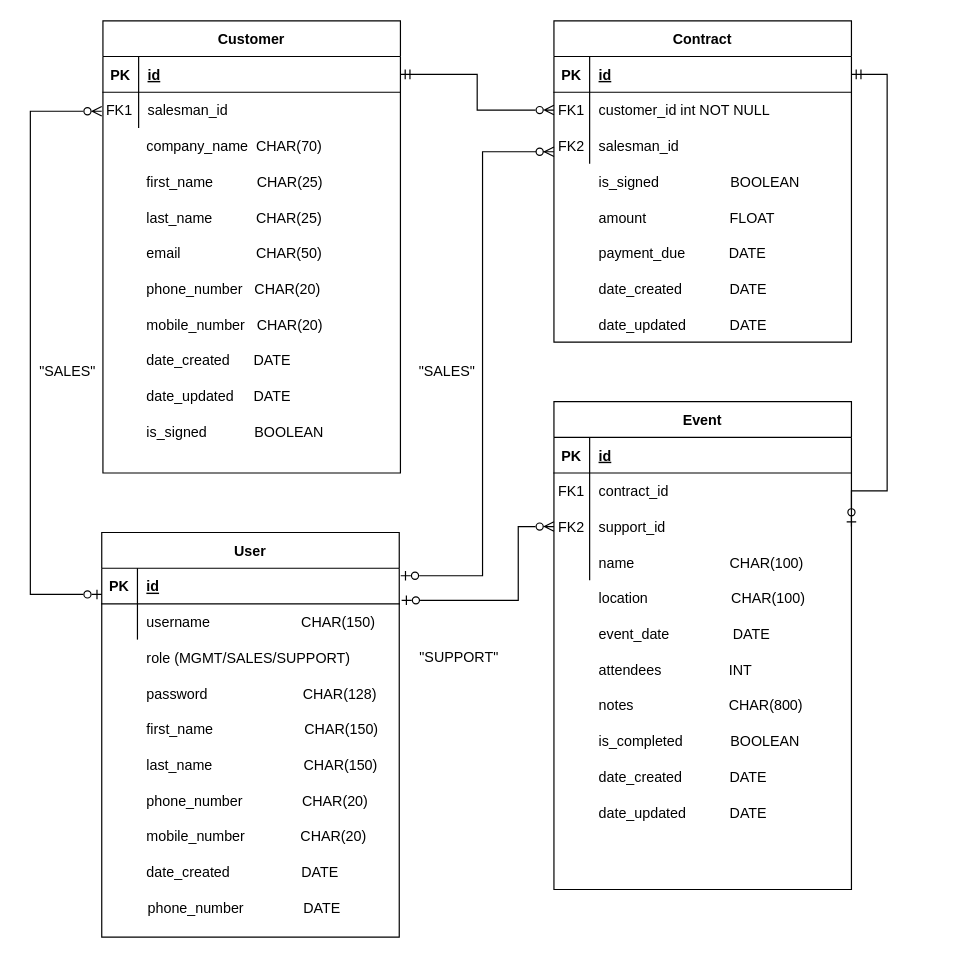
Before: ERD.drawio in jsoques1/Epic_events, a draw.io diagram. Source tidied: cells renumbered, new cells numbered last; positions are measured from the earlier drawing's top-left corner, leaving out a move shared by most shapes. Both pictures are drawn from the tidied source at 119%, with x=0, y=0 at pixel (25, 20).
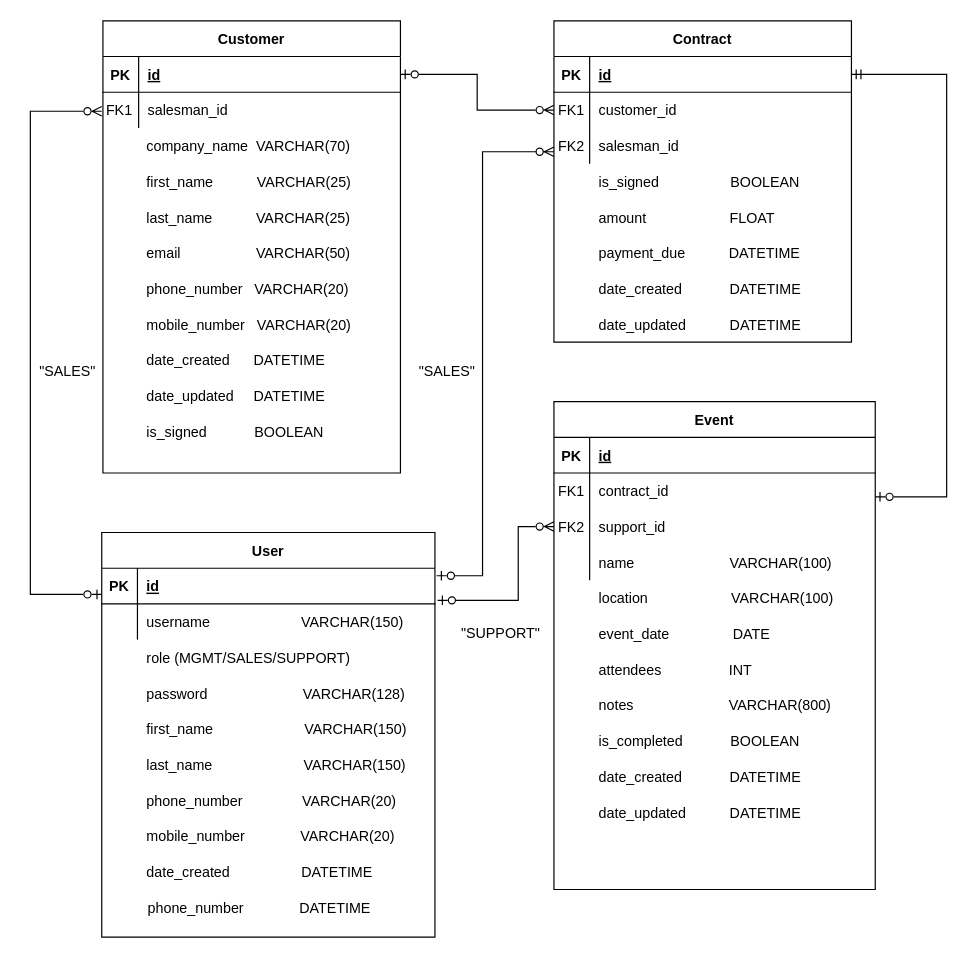
The same diagram, later.

Commit message (it also covers changes not shown here):
update of ERD, README.md add logger.error in CRM

Unchanged cells that the change refers to:
```xml
<mxCell id="3" style="shape=partialRectangle;fillColor=none;points=[[0,0.5],[1,0.5]];portConstraint=eastwest;top=0;left=0;right=0;bottom=1;" parent="2" vertex="1">
  <mxGeometry y="30" width="250" height="30" as="geometry" />
</mxCell>
<mxCell id="6" style="shape=partialRectangle;fillColor=none;points=[[0,0.5],[1,0.5]];portConstraint=eastwest;top=0;left=0;right=0;bottom=0;" parent="2" vertex="1">
  <mxGeometry y="60" width="250" height="30" as="geometry" />
</mxCell>
<mxCell id="26" style="shape=partialRectangle;fillColor=none;points=[[0,0.5],[1,0.5]];portConstraint=eastwest;top=0;left=0;right=0;bottom=1;" parent="25" vertex="1">
  <mxGeometry y="30" width="250" height="30" as="geometry" />
</mxCell>
```

Change to the diagram source:
```diff
@@
-    <mxCell id="8" value="customer_id int NOT NULL" style="shape=partialRectangle;overflow=hidden;fillColor=none;top=0;left=0;bottom=0;right=0;align=left;spacingLeft=6;" parent="6" vertex="1">
+    <mxCell id="8" value="customer_id" style="shape=partialRectangle;overflow=hidden;fillColor=none;top=0;left=0;bottom=0;right=0;align=left;spacingLeft=6;" parent="6" vertex="1">
       <mxGeometry x="30" width="220" height="30" as="geometry" />
     </mxCell>
@@
     <mxCell id="12" value="Event" style="shape=table;startSize=30;childLayout=tableLayout;rowLines=0;fontStyle=1;align=center;" parent="1" vertex="1">
-      <mxGeometry x="444" y="320" width="250" height="410" as="geometry" />
+      <mxGeometry x="444" y="320" width="270" height="410" as="geometry" />
     </mxCell>
     <mxCell id="13" style="shape=partialRectangle;fillColor=none;top=0;left=0;right=0;bottom=1;" parent="12" vertex="1">
-      <mxGeometry y="30" width="250" height="30" as="geometry" />
+      <mxGeometry y="30" width="270" height="30" as="geometry" />
     </mxCell>
@@
     <mxCell id="15" value="id" style="shape=partialRectangle;overflow=hidden;fillColor=none;top=0;left=0;bottom=0;right=0;align=left;spacingLeft=6;fontStyle=5;" parent="13" vertex="1">
-      <mxGeometry x="30" width="220" height="30" as="geometry" />
+      <mxGeometry x="30" width="240" height="30" as="geometry" />
     </mxCell>
     <mxCell id="16" style="shape=partialRectangle;fillColor=none;top=0;left=0;right=0;bottom=0;" parent="12" vertex="1">
-      <mxGeometry y="60" width="250" height="30" as="geometry" />
+      <mxGeometry y="60" width="270" height="30" as="geometry" />
     </mxCell>
@@
     <mxCell id="18" value="contract_id" style="shape=partialRectangle;overflow=hidden;fillColor=none;top=0;left=0;bottom=0;right=0;align=left;spacingLeft=6;" parent="16" vertex="1">
-      <mxGeometry x="30" width="220" height="30" as="geometry" />
+      <mxGeometry x="30" width="240" height="30" as="geometry" />
     </mxCell>
     <mxCell id="19" style="shape=partialRectangle;fillColor=none;points=[[0,0.5],[1,0.5]];portConstraint=eastwest;top=0;left=0;right=0;bottom=0;" parent="12" vertex="1">
-      <mxGeometry y="90" width="250" height="30" as="geometry" />
+      <mxGeometry y="90" width="270" height="30" as="geometry" />
     </mxCell>
@@
     <mxCell id="21" value="support_id" style="shape=partialRectangle;overflow=hidden;fillColor=none;top=0;left=0;bottom=0;right=0;align=left;spacingLeft=6;" parent="19" vertex="1">
-      <mxGeometry x="30" width="220" height="30" as="geometry" />
+      <mxGeometry x="30" width="240" height="30" as="geometry" />
     </mxCell>
     <mxCell id="22" style="shape=partialRectangle;fillColor=none;top=0;left=0;right=0;bottom=0;" parent="12" vertex="1">
-      <mxGeometry y="120" width="250" height="30" as="geometry" />
+      <mxGeometry y="120" width="270" height="30" as="geometry" />
     </mxCell>
@@
-    <mxCell id="24" value="name                        CHAR(100)" style="shape=partialRectangle;overflow=hidden;fillColor=none;top=0;left=0;bottom=0;right=0;align=left;spacingLeft=6;" parent="22" vertex="1">
-      <mxGeometry x="30" width="220" height="30" as="geometry" />
+    <mxCell id="24" value="name                        VARCHAR(100)" style="shape=partialRectangle;overflow=hidden;fillColor=none;top=0;left=0;bottom=0;right=0;align=left;spacingLeft=6;" parent="22" vertex="1">
+      <mxGeometry x="30" width="240" height="30" as="geometry" />
     </mxCell>
@@
-    <mxCell id="33" value="company_name  CHAR(70)" style="shape=partialRectangle;overflow=hidden;fillColor=none;top=0;left=0;bottom=0;right=0;align=left;spacingLeft=6;" parent="1" vertex="1">
+    <mxCell id="33" value="company_name  VARCHAR(70)" style="shape=partialRectangle;overflow=hidden;fillColor=none;top=0;left=0;bottom=0;right=0;align=left;spacingLeft=6;" parent="1" vertex="1">
       <mxGeometry x="94" y="90" width="220" height="30" as="geometry" />
     </mxCell>
-    <mxCell id="34" value="first_name           CHAR(25)" style="shape=partialRectangle;overflow=hidden;fillColor=none;top=0;left=0;bottom=0;right=0;align=left;spacingLeft=6;" parent="1" vertex="1">
+    <mxCell id="34" value="first_name           VARCHAR(25)" style="shape=partialRectangle;overflow=hidden;fillColor=none;top=0;left=0;bottom=0;right=0;align=left;spacingLeft=6;" parent="1" vertex="1">
       <mxGeometry x="94" y="120" width="220" height="30" as="geometry" />
     </mxCell>
-    <mxCell id="35" value="last_name           CHAR(25)" style="shape=partialRectangle;overflow=hidden;fillColor=none;top=0;left=0;bottom=0;right=0;align=left;spacingLeft=6;" parent="1" vertex="1">
+    <mxCell id="35" value="last_name           VARCHAR(25)" style="shape=partialRectangle;overflow=hidden;fillColor=none;top=0;left=0;bottom=0;right=0;align=left;spacingLeft=6;" parent="1" vertex="1">
       <mxGeometry x="94" y="150" width="220" height="30" as="geometry" />
     </mxCell>
-    <mxCell id="36" value="email                   CHAR(50)" style="shape=partialRectangle;overflow=hidden;fillColor=none;top=0;left=0;bottom=0;right=0;align=left;spacingLeft=6;" parent="1" vertex="1">
+    <mxCell id="36" value="email                   VARCHAR(50)" style="shape=partialRectangle;overflow=hidden;fillColor=none;top=0;left=0;bottom=0;right=0;align=left;spacingLeft=6;" parent="1" vertex="1">
       <mxGeometry x="94" y="180" width="220" height="30" as="geometry" />
     </mxCell>
-    <mxCell id="37" value="phone_number   CHAR(20)" style="shape=partialRectangle;overflow=hidden;fillColor=none;top=0;left=0;bottom=0;right=0;align=left;spacingLeft=6;" parent="1" vertex="1">
+    <mxCell id="37" value="phone_number   VARCHAR(20)" style="shape=partialRectangle;overflow=hidden;fillColor=none;top=0;left=0;bottom=0;right=0;align=left;spacingLeft=6;" parent="1" vertex="1">
       <mxGeometry x="94" y="210" width="220" height="30" as="geometry" />
     </mxCell>
-    <mxCell id="38" value="mobile_number   CHAR(20)" style="shape=partialRectangle;overflow=hidden;fillColor=none;top=0;left=0;bottom=0;right=0;align=left;spacingLeft=6;" parent="1" vertex="1">
+    <mxCell id="38" value="mobile_number   VARCHAR(20)" style="shape=partialRectangle;overflow=hidden;fillColor=none;top=0;left=0;bottom=0;right=0;align=left;spacingLeft=6;" parent="1" vertex="1">
       <mxGeometry x="94" y="240" width="220" height="30" as="geometry" />
     </mxCell>
-    <mxCell id="39" value="date_created      DATE" style="shape=partialRectangle;overflow=hidden;fillColor=none;top=0;left=0;bottom=0;right=0;align=left;spacingLeft=6;" parent="1" vertex="1">
+    <mxCell id="39" value="date_created      DATETIME" style="shape=partialRectangle;overflow=hidden;fillColor=none;top=0;left=0;bottom=0;right=0;align=left;spacingLeft=6;" parent="1" vertex="1">
       <mxGeometry x="94" y="270" width="220" height="30" as="geometry" />
     </mxCell>
-    <mxCell id="40" value="date_updated     DATE" style="shape=partialRectangle;overflow=hidden;fillColor=none;top=0;left=0;bottom=0;right=0;align=left;spacingLeft=6;" parent="1" vertex="1">
+    <mxCell id="40" value="date_updated     DATETIME" style="shape=partialRectangle;overflow=hidden;fillColor=none;top=0;left=0;bottom=0;right=0;align=left;spacingLeft=6;" parent="1" vertex="1">
       <mxGeometry x="94" y="300" width="220" height="30" as="geometry" />
     </mxCell>
@@
-    <mxCell id="44" value="payment_due           DATE" style="shape=partialRectangle;overflow=hidden;fillColor=none;top=0;left=0;bottom=0;right=0;align=left;spacingLeft=6;" parent="1" vertex="1">
+    <mxCell id="44" value="payment_due           DATETIME" style="shape=partialRectangle;overflow=hidden;fillColor=none;top=0;left=0;bottom=0;right=0;align=left;spacingLeft=6;" parent="1" vertex="1">
       <mxGeometry x="474" y="180" width="220" height="30" as="geometry" />
     </mxCell>
-    <mxCell id="45" value="date_created            DATE" style="shape=partialRectangle;overflow=hidden;fillColor=none;top=0;left=0;bottom=0;right=0;align=left;spacingLeft=6;" parent="1" vertex="1">
+    <mxCell id="45" value="date_created            DATETIME" style="shape=partialRectangle;overflow=hidden;fillColor=none;top=0;left=0;bottom=0;right=0;align=left;spacingLeft=6;" parent="1" vertex="1">
       <mxGeometry x="474" y="210" width="220" height="30" as="geometry" />
     </mxCell>
-    <mxCell id="46" value="location                     CHAR(100)" style="shape=partialRectangle;overflow=hidden;fillColor=none;top=0;left=0;bottom=0;right=0;align=left;spacingLeft=6;" parent="1" vertex="1">
+    <mxCell id="46" value="location                     VARCHAR(100)" style="shape=partialRectangle;overflow=hidden;fillColor=none;top=0;left=0;bottom=0;right=0;align=left;spacingLeft=6;" parent="1" vertex="1">
       <mxGeometry x="474" y="470" width="220" height="30" as="geometry" />
     </mxCell>
@@
-    <mxCell id="49" value="notes                        CHAR(800)" style="shape=partialRectangle;overflow=hidden;fillColor=none;top=0;left=0;bottom=0;right=0;align=left;spacingLeft=6;" parent="1" vertex="1">
+    <mxCell id="49" value="notes                        VARCHAR(800)" style="shape=partialRectangle;overflow=hidden;fillColor=none;top=0;left=0;bottom=0;right=0;align=left;spacingLeft=6;" parent="1" vertex="1">
       <mxGeometry x="474" y="560" width="220" height="30" as="geometry" />
     </mxCell>
@@
-    <mxCell id="51" value="date_created            DATE    " style="shape=partialRectangle;overflow=hidden;fillColor=none;top=0;left=0;bottom=0;right=0;align=left;spacingLeft=6;" parent="1" vertex="1">
+    <mxCell id="51" value="date_created            DATETIME    " style="shape=partialRectangle;overflow=hidden;fillColor=none;top=0;left=0;bottom=0;right=0;align=left;spacingLeft=6;" parent="1" vertex="1">
       <mxGeometry x="474" y="620" width="220" height="30" as="geometry" />
     </mxCell>
-    <mxCell id="52" value="date_updated           DATE" style="shape=partialRectangle;overflow=hidden;fillColor=none;top=0;left=0;bottom=0;right=0;align=left;spacingLeft=6;" parent="1" vertex="1">
+    <mxCell id="52" value="date_updated           DATETIME" style="shape=partialRectangle;overflow=hidden;fillColor=none;top=0;left=0;bottom=0;right=0;align=left;spacingLeft=6;" parent="1" vertex="1">
       <mxGeometry x="474" y="240" width="220" height="30" as="geometry" />
     </mxCell>
@@
-    <mxCell id="54" style="edgeStyle=orthogonalEdgeStyle;rounded=0;jettySize=auto;html=1;exitX=1;exitY=0.5;exitDx=0;exitDy=0;startArrow=ERmandOne;startFill=0;entryX=1;entryY=0.5;entryDx=0;entryDy=0;endArrow=ERzeroToOne;endFill=0;" parent="1" edge="1" source="3" target="19">
+    <mxCell id="54" style="edgeStyle=orthogonalEdgeStyle;rounded=0;jettySize=auto;html=1;exitX=1;exitY=0.5;exitDx=0;exitDy=0;startArrow=ERmandOne;startFill=0;endArrow=ERzeroToOne;endFill=0;" parent="1" edge="1" source="3">
       <mxGeometry relative="1" as="geometry">
+        <mxPoint x="714" y="400" as="targetPoint" />
         <Array as="points">
-          <mxPoint x="724" y="45" />
-          <mxPoint x="724" y="395" />
+          <mxPoint x="774" y="45" />
+          <mxPoint x="774" y="400" />
+          <mxPoint x="714" y="400" />
         </Array>
       </mxGeometry>
     </mxCell>
-    <mxCell id="55" style="edgeStyle=orthogonalEdgeStyle;rounded=0;jettySize=auto;html=1;exitX=1;exitY=0.5;exitDx=0;exitDy=0;entryX=0;entryY=0.5;entryDx=0;entryDy=0;startArrow=ERmandOne;startFill=0;endArrow=ERzeroToMany;endFill=0;" parent="1" edge="1" source="26" target="6">
+    <mxCell id="55" style="edgeStyle=orthogonalEdgeStyle;rounded=0;jettySize=auto;html=1;exitX=1;exitY=0.5;exitDx=0;exitDy=0;entryX=0;entryY=0.5;entryDx=0;entryDy=0;startArrow=ERzeroToOne;startFill=0;endArrow=ERzeroToMany;endFill=0;" parent="1" edge="1" source="26" target="6">
       <mxGeometry relative="1" as="geometry" />
     </mxCell>
     <mxCell id="56" value="User" style="shape=table;startSize=30;childLayout=tableLayout;rowLines=0;fontStyle=1;align=center;" parent="1" vertex="1">
-      <mxGeometry x="64" y="430" width="250" height="340" as="geometry" />
+      <mxGeometry x="64" y="430" width="280" height="340" as="geometry" />
     </mxCell>
     <mxCell id="57" style="shape=partialRectangle;fillColor=none;points=[[0,0.5],[1,0.5]];portConstraint=eastwest;top=0;left=0;right=0;bottom=1;" parent="56" vertex="1">
-      <mxGeometry y="30" width="250" height="30" as="geometry" />
+      <mxGeometry y="30" width="280" height="30" as="geometry" />
     </mxCell>
@@
     <mxCell id="59" value="id" style="shape=partialRectangle;overflow=hidden;fillColor=none;top=0;left=0;bottom=0;right=0;align=left;spacingLeft=6;fontStyle=5;" parent="57" vertex="1">
-      <mxGeometry x="30" width="220" height="30" as="geometry" />
+      <mxGeometry x="30" width="250" height="30" as="geometry" />
     </mxCell>
     <mxCell id="60" style="shape=partialRectangle;fillColor=none;top=0;left=0;right=0;bottom=0;" parent="56" vertex="1">
-      <mxGeometry y="60" width="250" height="30" as="geometry" />
+      <mxGeometry y="60" width="280" height="30" as="geometry" />
     </mxCell>
@@
-    <mxCell id="62" value="username                       CHAR(150)" style="shape=partialRectangle;overflow=hidden;fillColor=none;top=0;left=0;bottom=0;right=0;align=left;spacingLeft=6;" parent="60" vertex="1">
-      <mxGeometry x="30" width="220" height="30" as="geometry" />
+    <mxCell id="62" value="username                       VARCHAR(150)" style="shape=partialRectangle;overflow=hidden;fillColor=none;top=0;left=0;bottom=0;right=0;align=left;spacingLeft=6;" parent="60" vertex="1">
+      <mxGeometry x="30" width="250" height="30" as="geometry" />
     </mxCell>
-    <mxCell id="63" value="password                        CHAR(128)" style="shape=partialRectangle;overflow=hidden;fillColor=none;top=0;left=0;bottom=0;right=0;align=left;spacingLeft=6;" parent="1" vertex="1">
-      <mxGeometry x="94" y="550" width="220" height="30" as="geometry" />
+    <mxCell id="63" value="password                        VARCHAR(128)" style="shape=partialRectangle;overflow=hidden;fillColor=none;top=0;left=0;bottom=0;right=0;align=left;spacingLeft=6;" parent="1" vertex="1">
+      <mxGeometry x="94" y="550" width="230" height="30" as="geometry" />
     </mxCell>
-    <mxCell id="64" value="first_name                       CHAR(150)" style="shape=partialRectangle;overflow=hidden;fillColor=none;top=0;left=0;bottom=0;right=0;align=left;spacingLeft=6;" parent="1" vertex="1">
-      <mxGeometry x="94" y="580" width="220" height="30" as="geometry" />
+    <mxCell id="64" value="first_name                       VARCHAR(150)" style="shape=partialRectangle;overflow=hidden;fillColor=none;top=0;left=0;bottom=0;right=0;align=left;spacingLeft=6;" parent="1" vertex="1">
+      <mxGeometry x="94" y="580" width="230" height="30" as="geometry" />
     </mxCell>
-    <mxCell id="65" value="last_name                       CHAR(150)" style="shape=partialRectangle;overflow=hidden;fillColor=none;top=0;left=0;bottom=0;right=0;align=left;spacingLeft=6;" parent="1" vertex="1">
-      <mxGeometry x="94" y="610" width="220" height="30" as="geometry" />
+    <mxCell id="65" value="last_name                       VARCHAR(150)" style="shape=partialRectangle;overflow=hidden;fillColor=none;top=0;left=0;bottom=0;right=0;align=left;spacingLeft=6;" parent="1" vertex="1">
+      <mxGeometry x="94" y="610" width="230" height="30" as="geometry" />
     </mxCell>
-    <mxCell id="66" value="phone_number               CHAR(20)" style="shape=partialRectangle;overflow=hidden;fillColor=none;top=0;left=0;bottom=0;right=0;align=left;spacingLeft=6;" parent="1" vertex="1">
+    <mxCell id="66" value="phone_number               VARCHAR(20)" style="shape=partialRectangle;overflow=hidden;fillColor=none;top=0;left=0;bottom=0;right=0;align=left;spacingLeft=6;" parent="1" vertex="1">
       <mxGeometry x="94" y="640" width="220" height="30" as="geometry" />
     </mxCell>
-    <mxCell id="67" value="mobile_number              CHAR(20)" style="shape=partialRectangle;overflow=hidden;fillColor=none;top=0;left=0;bottom=0;right=0;align=left;spacingLeft=6;" parent="1" vertex="1">
+    <mxCell id="67" value="mobile_number              VARCHAR(20)" style="shape=partialRectangle;overflow=hidden;fillColor=none;top=0;left=0;bottom=0;right=0;align=left;spacingLeft=6;" parent="1" vertex="1">
       <mxGeometry x="94" y="670" width="220" height="30" as="geometry" />
     </mxCell>
@@
-    <mxCell id="71" value="date_updated           DATE" style="shape=partialRectangle;overflow=hidden;fillColor=none;top=0;left=0;bottom=0;right=0;align=left;spacingLeft=6;" parent="1" vertex="1">
+    <mxCell id="71" value="date_updated           DATETIME" style="shape=partialRectangle;overflow=hidden;fillColor=none;top=0;left=0;bottom=0;right=0;align=left;spacingLeft=6;" parent="1" vertex="1">
       <mxGeometry x="474" y="650" width="220" height="30" as="geometry" />
     </mxCell>
-    <mxCell id="72" value="date_created                  DATE" style="shape=partialRectangle;overflow=hidden;fillColor=none;top=0;left=0;bottom=0;right=0;align=left;spacingLeft=6;" parent="1" vertex="1">
+    <mxCell id="72" value="date_created                  DATETIME" style="shape=partialRectangle;overflow=hidden;fillColor=none;top=0;left=0;bottom=0;right=0;align=left;spacingLeft=6;" parent="1" vertex="1">
       <mxGeometry x="94" y="700" width="220" height="30" as="geometry" />
     </mxCell>
-    <mxCell id="73" value="phone_number               DATE" style="shape=partialRectangle;overflow=hidden;fillColor=none;top=0;left=0;bottom=0;right=0;align=left;spacingLeft=6;" parent="1" vertex="1">
+    <mxCell id="73" value="phone_number              DATETIME" style="shape=partialRectangle;overflow=hidden;fillColor=none;top=0;left=0;bottom=0;right=0;align=left;spacingLeft=6;" parent="1" vertex="1">
       <mxGeometry x="95" y="730" width="220" height="30" as="geometry" />
     </mxCell>
@@
     <mxCell id="77" value="&quot;SUPPORT&quot;" style="text;html=1;align=center;verticalAlign=middle;fillColor=none;strokeColor=none;rounded=0;" parent="1" vertex="1">
-      <mxGeometry x="319" y="520" width="90" height="30" as="geometry" />
+      <mxGeometry x="354" y="500" width="90" height="30" as="geometry" />
     </mxCell>
```
